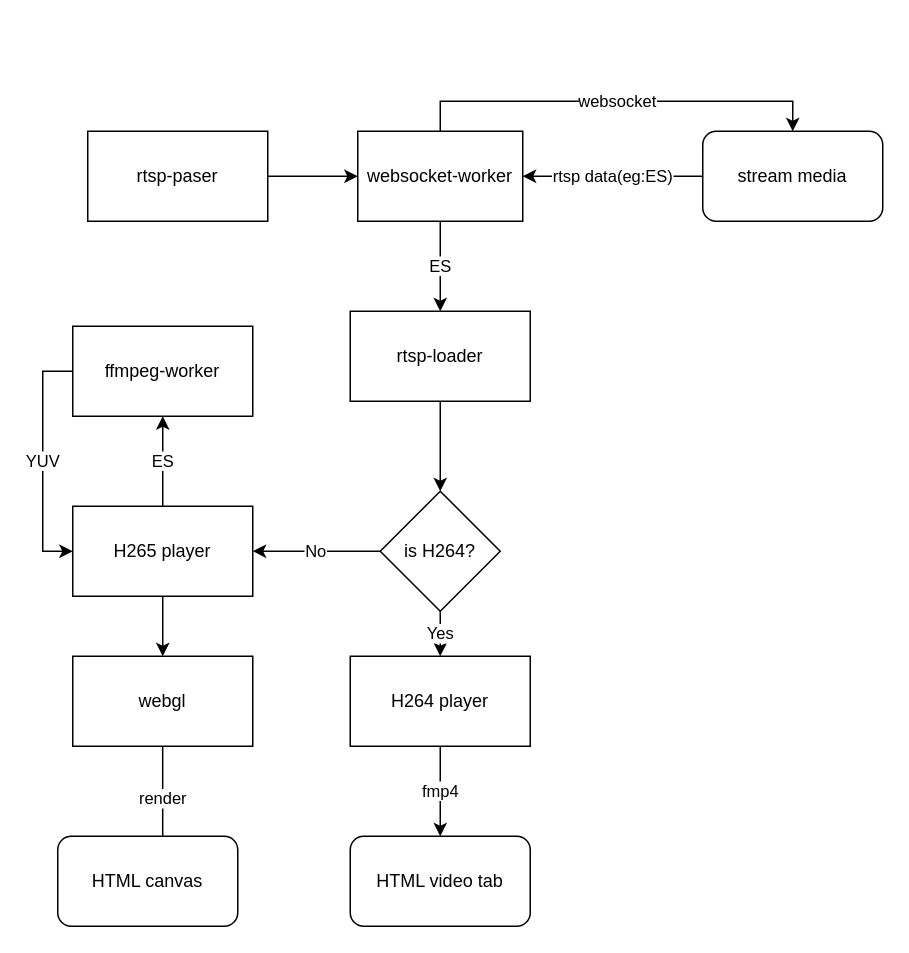
The draw.io diagram 第4版播放器数据流程图.drawio in JumperMan/jm, before the edit. Source tidied: cells renumbered, new cells numbered last; positions are measured from the earlier drawing's top-left corner, leaving out a move shared by most shapes. Both pictures are drawn from the tidied source at 150%, with x=0, y=0 at pixel (42, 130).
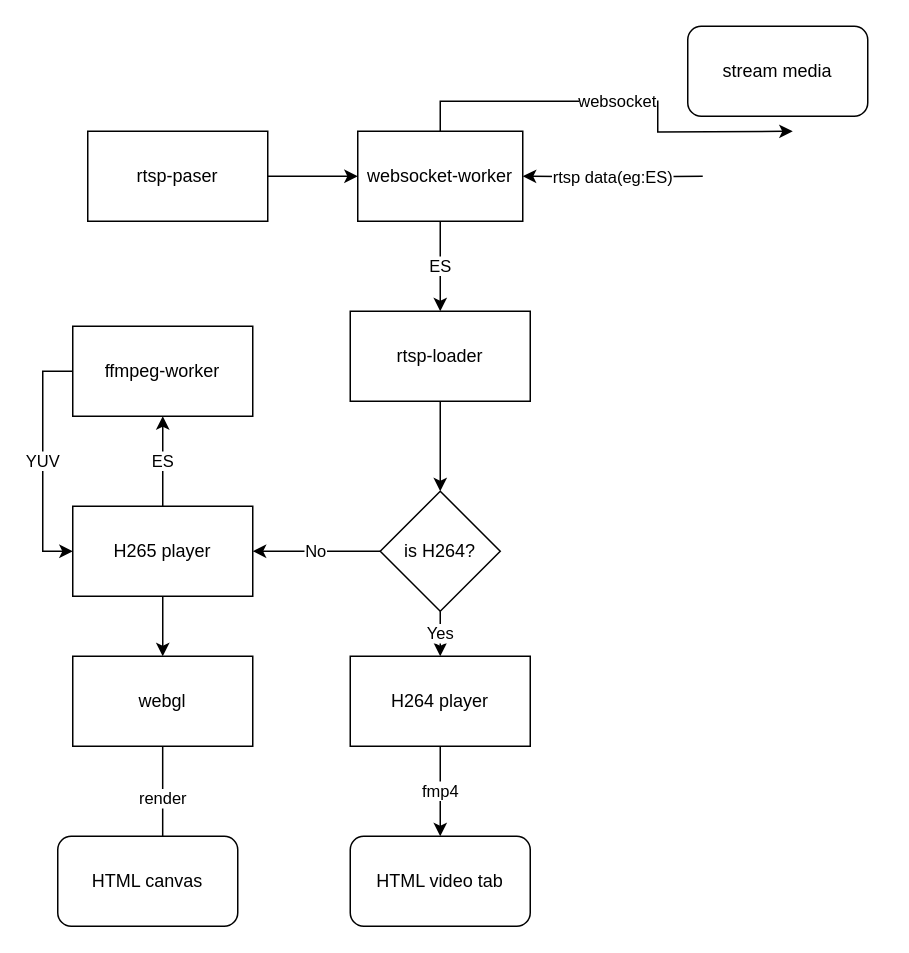
After the change.

Commit message (it also covers changes not shown here):
Update 第4版播放器数据流程图.drawio

The change refers to these unchanged cells:
```xml
<mxCell id="8" value="websocket-worker" style="rounded=0;whiteSpace=wrap;html=1;" parent="1" vertex="1">
  <mxGeometry x="210" width="110" height="60" as="geometry" />
</mxCell>
```

Change to the diagram source:
```diff
@@
-    <mxCell id="6" value="websocket" style="edgeStyle=orthogonalEdgeStyle;rounded=0;jettySize=auto;html=1;exitX=0.5;exitY=0;exitDx=0;exitDy=0;entryX=0.5;entryY=0;entryDx=0;entryDy=0;" parent="1" edge="1" source="8" target="10">
-      <mxGeometry relative="1" as="geometry" />
+    <mxCell id="6" value="websocket" style="edgeStyle=orthogonalEdgeStyle;rounded=0;jettySize=auto;html=1;exitX=0.5;exitY=0;exitDx=0;exitDy=0;entryX=0.5;entryY=0;entryDx=0;entryDy=0;" parent="1" edge="1" source="8">
+      <mxGeometry relative="1" as="geometry">
+        <mxPoint x="500" as="targetPoint" />
+      </mxGeometry>
     </mxCell>
@@
-    <mxCell id="9" value="rtsp data(eg:ES)" style="edgeStyle=orthogonalEdgeStyle;rounded=0;jettySize=auto;html=1;entryX=1;entryY=0.5;entryDx=0;entryDy=0;" parent="1" edge="1" source="10" target="8">
-      <mxGeometry relative="1" as="geometry" />
+    <mxCell id="9" value="rtsp data(eg:ES)" style="edgeStyle=orthogonalEdgeStyle;rounded=0;jettySize=auto;html=1;entryX=1;entryY=0.5;entryDx=0;entryDy=0;" parent="1" edge="1" target="8">
+      <mxGeometry relative="1" as="geometry">
+        <mxPoint x="440" y="30" as="sourcePoint" />
+      </mxGeometry>
     </mxCell>
     <mxCell id="10" value="stream media" style="rounded=1;whiteSpace=wrap;html=1;" parent="1" vertex="1">
-      <mxGeometry x="440" width="120" height="60" as="geometry" />
+      <mxGeometry x="430" y="-70" width="120" height="60" as="geometry" />
     </mxCell>
```
